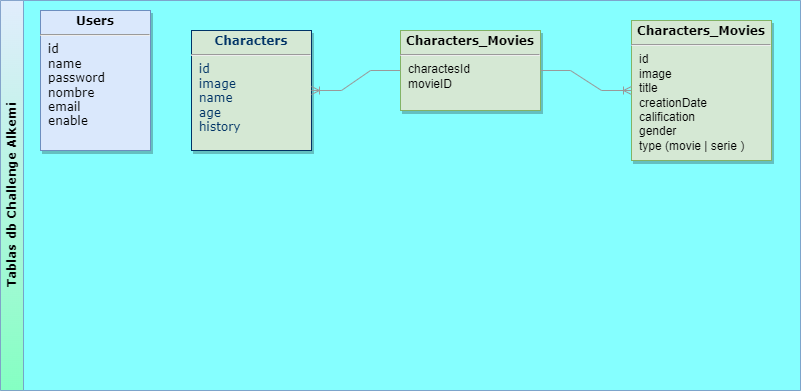
alekusa/api_nodejs keeps this draw.io diagram as db.png. Above is the earlier version. Source tidied: cells renumbered, new cells last; positions are measured from the earlier drawing's top-left corner, leaving out a move shared by most shapes.
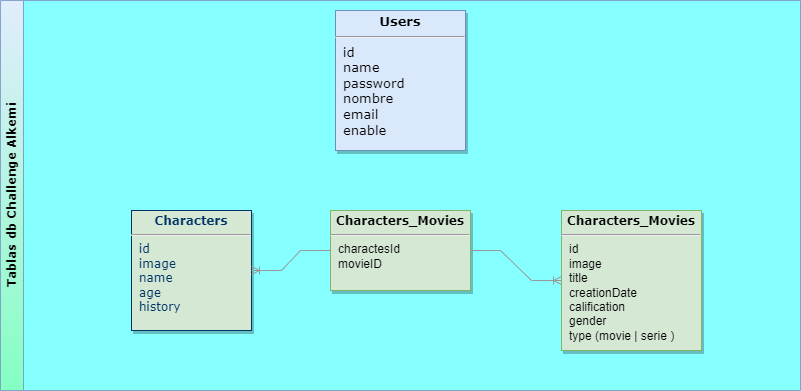
After the change.

The edit, as a diff of the source:
```diff
@@ -5,17 +5,17 @@
     <mxCell id="2" value="Tablas db Challenge Alkemi" style="swimlane;horizontal=0;whiteSpace=wrap;html=1;fontFamily=Verdana;glass=0;opacity=80;fillColor=#dae8fc;strokeColor=#6c8ebf;fillStyle=auto;gradientColor=#66FFB3;swimlaneFillColor=#66FFFF;" parent="1" vertex="1">
       <mxGeometry width="800" height="390" as="geometry" />
     </mxCell>
-    <mxCell id="3" value="&lt;p style=&quot;margin: 4px 0px 0px; text-align: center;&quot;&gt;&lt;strong style=&quot;&quot;&gt;Users&lt;/strong&gt;&lt;/p&gt;&lt;hr&gt;&lt;p style=&quot;margin: 0px; margin-left: 8px;&quot;&gt;id&lt;/p&gt;&lt;p style=&quot;margin: 0px; margin-left: 8px;&quot;&gt;name&lt;/p&gt;&lt;p style=&quot;margin: 0px; margin-left: 8px;&quot;&gt;password&lt;/p&gt;&lt;p style=&quot;margin: 0px; margin-left: 8px;&quot;&gt;&lt;span style=&quot;background-color: initial;&quot;&gt;nombre&lt;/span&gt;&lt;/p&gt;&lt;p style=&quot;margin: 0px; margin-left: 8px;&quot;&gt;&lt;span style=&quot;background-color: initial;&quot;&gt;email&lt;/span&gt;&lt;br&gt;&lt;/p&gt;&lt;p style=&quot;margin: 0px; margin-left: 8px;&quot;&gt;&lt;span style=&quot;background-color: initial;&quot;&gt;enable&lt;/span&gt;&lt;/p&gt;&lt;p style=&quot;margin: 0px; margin-left: 8px;&quot;&gt;&lt;span style=&quot;background-color: initial;&quot;&gt;&lt;br&gt;&lt;/span&gt;&lt;/p&gt;" style="verticalAlign=top;align=left;overflow=fill;fontSize=12;fontFamily=Verdana;html=1;strokeColor=#6c8ebf;shadow=1;fillColor=#dae8fc;direction=west;flipH=0;flipV=1;" parent="2" vertex="1">
-      <mxGeometry x="40" y="10" width="110" height="140" as="geometry" />
+    <mxCell id="3" value="&lt;p style=&quot;margin: 4px 0px 0px; text-align: center; font-size: 13px;&quot;&gt;&lt;strong style=&quot;font-size: 13px;&quot;&gt;Users&lt;/strong&gt;&lt;/p&gt;&lt;hr style=&quot;font-size: 13px;&quot;&gt;&lt;p style=&quot;margin: 0px 0px 0px 8px; font-size: 13px;&quot;&gt;id&lt;/p&gt;&lt;p style=&quot;margin: 0px 0px 0px 8px; font-size: 13px;&quot;&gt;name&lt;/p&gt;&lt;p style=&quot;margin: 0px 0px 0px 8px; font-size: 13px;&quot;&gt;password&lt;/p&gt;&lt;p style=&quot;margin: 0px 0px 0px 8px; font-size: 13px;&quot;&gt;&lt;span style=&quot;background-color: initial; font-size: 13px;&quot;&gt;nombre&lt;/span&gt;&lt;/p&gt;&lt;p style=&quot;margin: 0px 0px 0px 8px; font-size: 13px;&quot;&gt;&lt;span style=&quot;background-color: initial; font-size: 13px;&quot;&gt;email&lt;/span&gt;&lt;br style=&quot;font-size: 13px;&quot;&gt;&lt;/p&gt;&lt;p style=&quot;margin: 0px 0px 0px 8px; font-size: 13px;&quot;&gt;&lt;span style=&quot;background-color: initial; font-size: 13px;&quot;&gt;enable&lt;/span&gt;&lt;/p&gt;&lt;p style=&quot;margin: 0px 0px 0px 8px; font-size: 13px;&quot;&gt;&lt;span style=&quot;background-color: initial; font-size: 13px;&quot;&gt;&lt;br style=&quot;font-size: 13px;&quot;&gt;&lt;/span&gt;&lt;/p&gt;" style="verticalAlign=top;align=left;overflow=fill;fontSize=13;fontFamily=Verdana;html=1;strokeColor=#6c8ebf;shadow=1;fillColor=#dae8fc;direction=west;flipH=0;flipV=1;" parent="2" vertex="1">
+      <mxGeometry x="335" y="10" width="130" height="140" as="geometry" />
     </mxCell>
     <mxCell id="4" value="&lt;p style=&quot;margin: 4px 0px 0px; text-align: center;&quot;&gt;&lt;b style=&quot;&quot;&gt;&lt;font style=&quot;&quot; face=&quot;Verdana&quot;&gt;Characters&lt;/font&gt;&lt;/b&gt;&lt;/p&gt;&lt;hr&gt;&lt;p style=&quot;margin: 0px; margin-left: 8px;&quot;&gt;&lt;font face=&quot;Verdana&quot;&gt;id&lt;/font&gt;&lt;/p&gt;&lt;p style=&quot;margin: 0px; margin-left: 8px;&quot;&gt;&lt;font face=&quot;Verdana&quot;&gt;image&lt;/font&gt;&lt;/p&gt;&lt;p style=&quot;margin: 0px; margin-left: 8px;&quot;&gt;&lt;font face=&quot;Verdana&quot;&gt;name&lt;/font&gt;&lt;/p&gt;&lt;p style=&quot;margin: 0px; margin-left: 8px;&quot;&gt;&lt;font face=&quot;Verdana&quot;&gt;age&lt;/font&gt;&lt;/p&gt;&lt;p style=&quot;margin: 0px; margin-left: 8px;&quot;&gt;&lt;font face=&quot;Verdana&quot;&gt;history&lt;/font&gt;&lt;/p&gt;" style="verticalAlign=top;align=left;overflow=fill;fontSize=12;fontFamily=Helvetica;html=1;strokeColor=#003366;shadow=1;fillColor=#D5E8D4;fontColor=#003366;" parent="2" vertex="1">
-      <mxGeometry x="191" y="30" width="120" height="120" as="geometry" />
+      <mxGeometry x="131" y="210" width="120" height="120" as="geometry" />
     </mxCell>
     <mxCell id="5" value="&lt;p style=&quot;margin: 4px 0px 0px; text-align: center;&quot;&gt;&lt;b style=&quot;&quot;&gt;&lt;font style=&quot;&quot; face=&quot;Verdana&quot;&gt;Characters_Movies&lt;/font&gt;&lt;/b&gt;&lt;/p&gt;&lt;hr&gt;&lt;p style=&quot;margin: 0px; margin-left: 8px;&quot;&gt;id&lt;/p&gt;&lt;p style=&quot;margin: 0px; margin-left: 8px;&quot;&gt;image&lt;/p&gt;&lt;p style=&quot;margin: 0px; margin-left: 8px;&quot;&gt;title&lt;/p&gt;&lt;p style=&quot;margin: 0px; margin-left: 8px;&quot;&gt;creationDate&lt;/p&gt;&lt;p style=&quot;margin: 0px; margin-left: 8px;&quot;&gt;calification&lt;/p&gt;&lt;p style=&quot;margin: 0px; margin-left: 8px;&quot;&gt;gender&lt;/p&gt;&lt;p style=&quot;margin: 0px; margin-left: 8px;&quot;&gt;type (movie | serie )&lt;/p&gt;&lt;p style=&quot;margin: 0px; margin-left: 8px;&quot;&gt;&lt;br&gt;&lt;/p&gt;" style="verticalAlign=top;align=left;overflow=fill;fontSize=12;fontFamily=Helvetica;html=1;strokeColor=#82b366;shadow=1;fillColor=#d5e8d4;" parent="2" vertex="1">
-      <mxGeometry x="631" y="20" width="140" height="140" as="geometry" />
+      <mxGeometry x="561" y="210" width="140" height="140" as="geometry" />
     </mxCell>
     <mxCell id="6" value="&lt;p style=&quot;margin: 4px 0px 0px; text-align: center;&quot;&gt;&lt;b style=&quot;&quot;&gt;&lt;font style=&quot;&quot; face=&quot;Verdana&quot;&gt;Characters_Movies&lt;/font&gt;&lt;/b&gt;&lt;/p&gt;&lt;hr&gt;&lt;p style=&quot;margin: 0px; margin-left: 8px;&quot;&gt;charactesId&lt;/p&gt;&lt;p style=&quot;margin: 0px; margin-left: 8px;&quot;&gt;movieID&lt;/p&gt;" style="verticalAlign=top;align=left;overflow=fill;fontSize=12;fontFamily=Helvetica;html=1;strokeColor=#82b366;shadow=1;fillColor=#d5e8d4;" parent="2" vertex="1">
-      <mxGeometry x="400" y="30" width="140" height="80" as="geometry" />
+      <mxGeometry x="330" y="210" width="140" height="80" as="geometry" />
     </mxCell>
     <mxCell id="7" style="edgeStyle=entityRelationEdgeStyle;fontSize=12;html=1;endArrow=ERoneToMany;rounded=0;fontFamily=Verdana;strokeColor=#999999;" parent="2" edge="1" source="6" target="5">
       <mxGeometry relative="1" as="geometry" />
```
